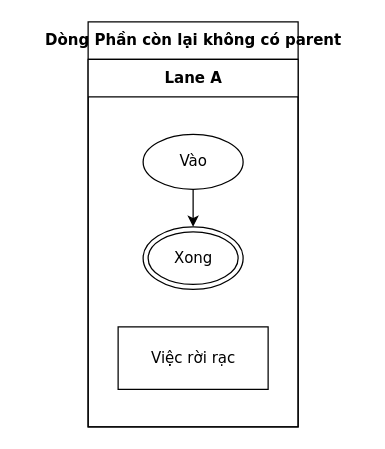
luytbq/flowcast keeps this draw.io diagram as conformance/golden/cases/84-rest-marker-no-parent.drawio. Above is the earlier version. Source tidied: cells renumbered, new cells numbered last; positions are measured from the earlier drawing's top-left corner, leaving out a move shared by most shapes. Both pictures are drawn from the tidied source at 125%, with x=0, y=0 at pixel (88, 21).
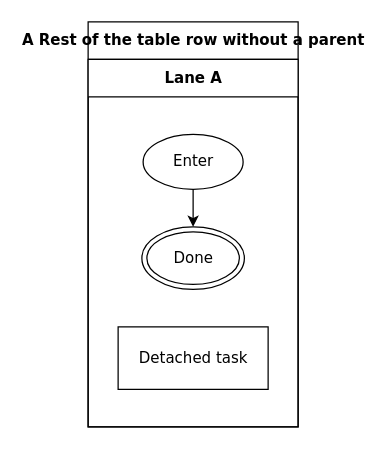
The same page after the edit.

The edit, as a diff of the source:
```diff
@@
 <mxGraphModel>
   <root>
     <mxCell id="0" />
     <mxCell id="1" parent="0" />
-    <mxCell id="2" value="Dòng Phần còn lại không có parent" style="swimlane;html=1;startSize=30;fontStyle=1;fontFamily=Verdana;fontSize=12;flowtable=1;" parent="1" vertex="1">
+    <mxCell id="2" value="A Rest of the table row without a parent" style="swimlane;html=1;startSize=30;fontStyle=1;fontFamily=Verdana;fontSize=12;flowtable=1;" parent="1" vertex="1">
       <mxGeometry width="168" height="324" as="geometry" />
     </mxCell>
     <mxCell id="3" value="Lane A" style="swimlane;html=1;startSize=30;fontFamily=Verdana;fontSize=12;flowtable=1;" parent="2" vertex="1">
       <mxGeometry y="30" width="168" height="294" as="geometry" />
     </mxCell>
-    <mxCell id="4" value="Vào" style="ellipse;html=1;fontFamily=Verdana;fontSize=12;flowtable=1;" parent="3" vertex="1">
+    <mxCell id="4" value="Enter" style="ellipse;html=1;fontFamily=Verdana;fontSize=12;flowtable=1;" parent="3" vertex="1">
       <mxGeometry x="44" y="60" width="80" height="44" as="geometry" />
     </mxCell>
-    <mxCell id="5" value="Xong" style="shape=doubleEllipse;html=1;fontFamily=Verdana;fontSize=12;flowtable=1;" parent="3" vertex="1">
-      <mxGeometry x="44" y="134" width="80" height="50" as="geometry" />
+    <mxCell id="5" value="Done" style="shape=doubleEllipse;html=1;fontFamily=Verdana;fontSize=12;flowtable=1;" parent="3" vertex="1">
+      <mxGeometry x="43" y="134" width="82" height="50" as="geometry" />
     </mxCell>
-    <mxCell id="6" value="Việc rời rạc" style="rounded=0;html=1;fontFamily=Verdana;fontSize=12;flowtable=1;" parent="3" vertex="1">
+    <mxCell id="6" value="Detached task" style="rounded=0;html=1;fontFamily=Verdana;fontSize=12;flowtable=1;" parent="3" vertex="1">
       <mxGeometry x="24" y="214" width="120" height="50" as="geometry" />
     </mxCell>
     <mxCell id="7" style="edgeStyle=orthogonalEdgeStyle;rounded=0;jettySize=auto;html=1;labelBackgroundColor=default;exitX=0.5;exitY=1;exitDx=0;exitDy=0;entryX=0.5;entryY=0;entryDx=0;entryDy=0;fontFamily=Verdana;fontSize=12;flowtable=1;" parent="2" edge="1" source="4" target="5">
       <mxGeometry relative="1" as="geometry" />
     </mxCell>
   </root>
 </mxGraphModel>
```
